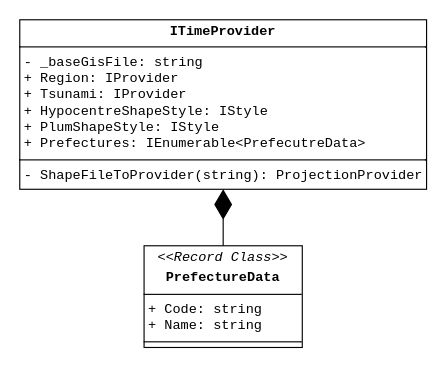
Above: fig/class-diagram-services-maps.drawio in EasonSYC/a-level-computing-coursework (draw.io), before the change. Source tidied: cells renumbered, new cells numbered last; positions are measured from the earlier drawing's top-left corner, leaving out a move shared by most shapes. Both pictures are drawn from the tidied source at 113%, with x=0, y=0 at pixel (19, 19).
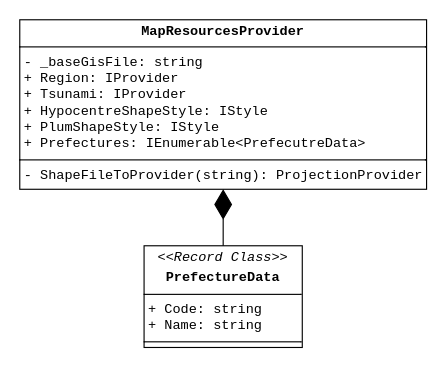
After the change.

Commit message (it also covers changes not shown here):
typo in class diagram.

Diff of the diagram source:
```diff
@@
 <mxGraphModel>
   <root>
     <mxCell id="0" />
     <mxCell id="1" parent="0" />
-    <mxCell id="2" value="&lt;p style=&quot;margin:0px;margin-top:4px;text-align:center;&quot;&gt;&lt;b style=&quot;background-color: transparent; color: light-dark(rgb(0, 0, 0), rgb(255, 255, 255));&quot;&gt;ITimeProvider&lt;/b&gt;&lt;/p&gt;&lt;hr size=&quot;1&quot; style=&quot;border-style:solid;&quot;&gt;&lt;p style=&quot;margin:0px;margin-left:4px;&quot;&gt;- _baseGisFile: string&lt;/p&gt;&lt;p style=&quot;margin:0px;margin-left:4px;&quot;&gt;+ Region: IProvider&lt;/p&gt;&lt;p style=&quot;margin:0px;margin-left:4px;&quot;&gt;+ Tsunami: IProvider&lt;/p&gt;&lt;p style=&quot;margin:0px;margin-left:4px;&quot;&gt;+ HypocentreShapeStyle: IStyle&lt;/p&gt;&lt;p style=&quot;margin:0px;margin-left:4px;&quot;&gt;+ PlumShapeStyle: IStyle&lt;/p&gt;&lt;p style=&quot;margin:0px;margin-left:4px;&quot;&gt;+ Prefectures: IEnumerable&amp;lt;PrefecutreData&amp;gt;&lt;/p&gt;&lt;hr size=&quot;1&quot; style=&quot;border-style:solid;&quot;&gt;&lt;p style=&quot;margin:0px;margin-left:4px;&quot;&gt;- ShapeFileToProvider(string): ProjectionProvider&lt;/p&gt;&lt;p style=&quot;margin:0px;margin-left:4px;&quot;&gt;&lt;br&gt;&lt;/p&gt;" style="verticalAlign=top;align=left;overflow=fill;html=1;whiteSpace=wrap;fontFamily=Courier New;" parent="1" vertex="1">
+    <mxCell id="2" value="&lt;p style=&quot;margin:0px;margin-top:4px;text-align:center;&quot;&gt;&lt;b style=&quot;background-color: transparent; color: light-dark(rgb(0, 0, 0), rgb(255, 255, 255));&quot;&gt;MapResourcesProvider&lt;/b&gt;&lt;/p&gt;&lt;hr size=&quot;1&quot; style=&quot;border-style:solid;&quot;&gt;&lt;p style=&quot;margin:0px;margin-left:4px;&quot;&gt;- _baseGisFile: string&lt;/p&gt;&lt;p style=&quot;margin:0px;margin-left:4px;&quot;&gt;+ Region: IProvider&lt;/p&gt;&lt;p style=&quot;margin:0px;margin-left:4px;&quot;&gt;+ Tsunami: IProvider&lt;/p&gt;&lt;p style=&quot;margin:0px;margin-left:4px;&quot;&gt;+ HypocentreShapeStyle: IStyle&lt;/p&gt;&lt;p style=&quot;margin:0px;margin-left:4px;&quot;&gt;+ PlumShapeStyle: IStyle&lt;/p&gt;&lt;p style=&quot;margin:0px;margin-left:4px;&quot;&gt;+ Prefectures: IEnumerable&amp;lt;PrefecutreData&amp;gt;&lt;/p&gt;&lt;hr size=&quot;1&quot; style=&quot;border-style:solid;&quot;&gt;&lt;p style=&quot;margin:0px;margin-left:4px;&quot;&gt;- ShapeFileToProvider(string): ProjectionProvider&lt;/p&gt;&lt;p style=&quot;margin:0px;margin-left:4px;&quot;&gt;&lt;br&gt;&lt;/p&gt;" style="verticalAlign=top;align=left;overflow=fill;html=1;whiteSpace=wrap;fontFamily=Courier New;" parent="1" vertex="1">
       <mxGeometry width="360" height="150" as="geometry" />
     </mxCell>
     <mxCell id="3" value="&lt;p style=&quot;margin:0px;margin-top:4px;text-align:center;&quot;&gt;&lt;i&gt;&amp;lt;&amp;lt;Record Class&amp;gt;&amp;gt;&lt;/i&gt;&lt;b style=&quot;background-color: transparent; color: light-dark(rgb(0, 0, 0), rgb(255, 255, 255));&quot;&gt;&lt;/b&gt;&lt;/p&gt;&lt;p style=&quot;margin:0px;margin-top:4px;text-align:center;&quot;&gt;&lt;b&gt;PrefectureData&lt;/b&gt;&lt;/p&gt;&lt;hr size=&quot;1&quot; style=&quot;border-style:solid;&quot;&gt;&lt;p style=&quot;margin:0px;margin-left:4px;&quot;&gt;+ Code: string&lt;/p&gt;&lt;p style=&quot;margin:0px;margin-left:4px;&quot;&gt;+ Name: string&lt;/p&gt;&lt;hr size=&quot;1&quot; style=&quot;border-style:solid;&quot;&gt;&lt;p style=&quot;margin: 0px 0px 0px 4px;&quot;&gt;&lt;br&gt;&lt;/p&gt;" style="verticalAlign=top;align=left;overflow=fill;html=1;whiteSpace=wrap;fontFamily=Courier New;" parent="1" vertex="1">
       <mxGeometry x="110" y="200" width="140" height="90" as="geometry" />
     </mxCell>
     <mxCell id="4" style="endArrow=diamondThin;endFill=1;endSize=24;html=1;rounded=0;entryX=0.5;entryY=1;entryDx=0;entryDy=0;exitX=0.5;exitY=0;exitDx=0;exitDy=0;" parent="1" edge="1" source="3" target="2">
       <mxGeometry relative="1" as="geometry" />
     </mxCell>
   </root>
 </mxGraphModel>
```
